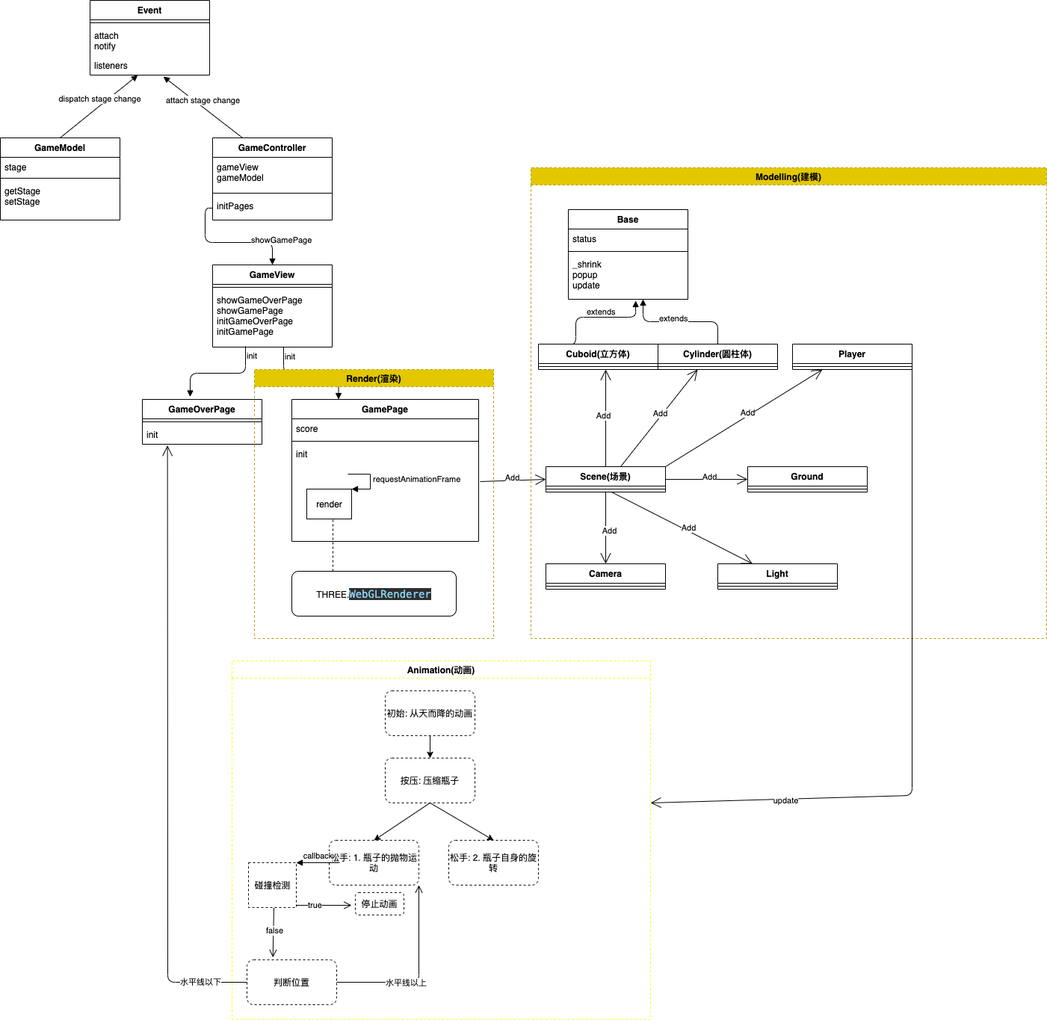
The draw.io diagram techtalk/animation.drawio.png in huntuodadi/minigame, before a commit. Source tidied: cells renumbered, new cells last; positions are measured from the earlier drawing's top-left corner, leaving out a move shared by most shapes.
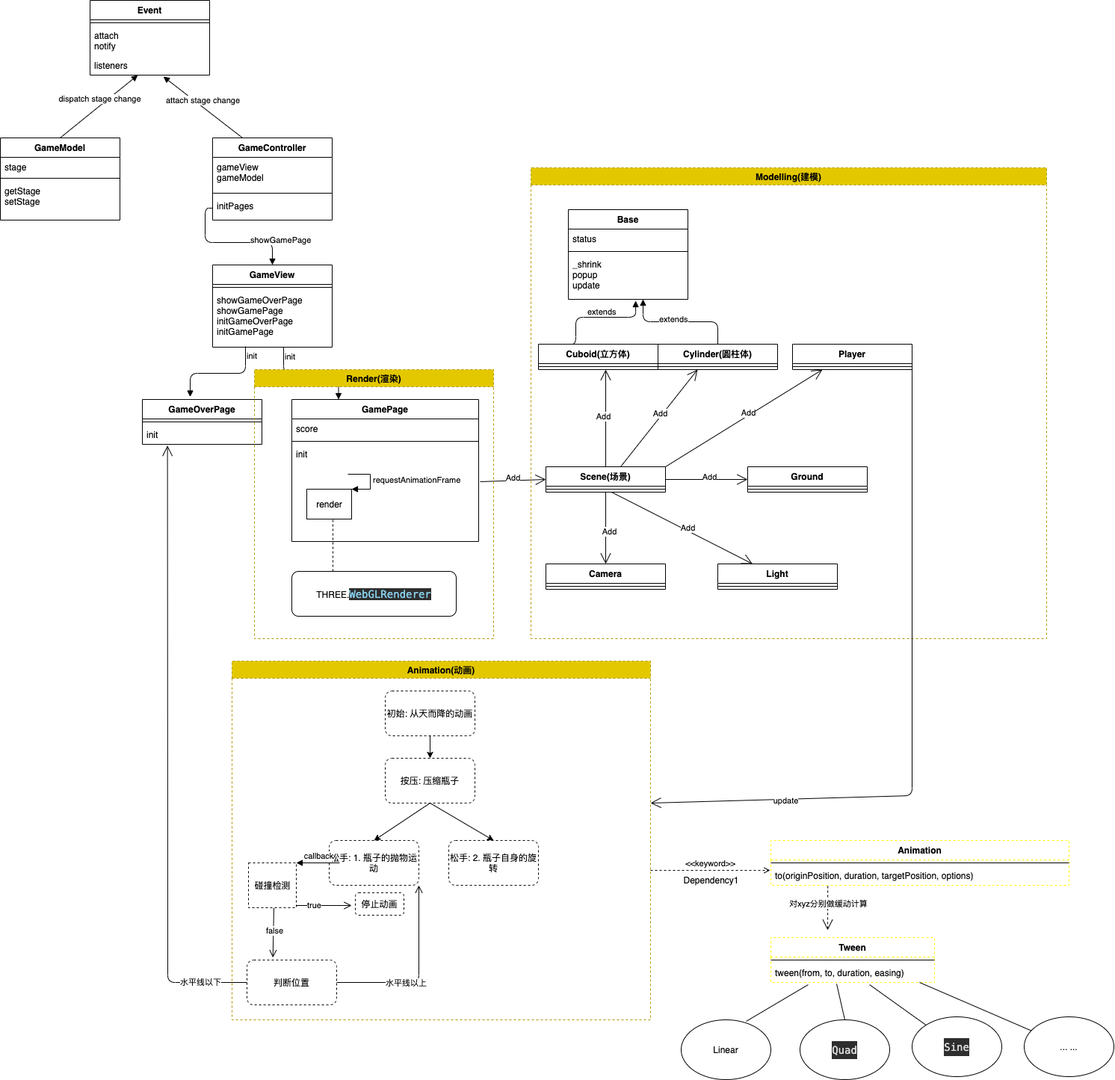
After the change.

The edit, as a diff of the source:
```diff
@@ -226,7 +226,7 @@
     <mxCell id="69" value="Render(渲染)" style="swimlane;dashed=1;strokeColor=#B09500;fillColor=#e3c800;fontColor=#000000;" parent="1" vertex="1">
       <mxGeometry x="340" y="494" width="320" height="360" as="geometry" />
     </mxCell>
-    <mxCell id="70" value="Animation(动画)" style="swimlane;dashed=1;strokeColor=#FFFF00;" parent="1" vertex="1">
+    <mxCell id="70" value="Animation(动画)" style="swimlane;dashed=1;strokeColor=#B09500;fillColor=#e3c800;fontColor=#000000;" parent="1" vertex="1">
       <mxGeometry x="310" y="884" width="560" height="480" as="geometry" />
     </mxCell>
     <mxCell id="71" value="初始: 从天而降的动画" style="rounded=1;whiteSpace=wrap;html=1;dashed=1;" parent="70" vertex="1">
@@ -312,5 +312,66 @@
     <mxCell id="91" value="水平线以下" style="edgeLabel;html=1;align=center;verticalAlign=middle;" parent="90" vertex="1">
       <mxGeometry x="-0.85" y="-1" relative="1" as="geometry" />
     </mxCell>
+    <mxCell id="92" value="&amp;lt;&amp;lt;keyword&amp;gt;&amp;gt;" style="endArrow=open;html=1;rounded=0;align=center;verticalAlign=bottom;dashed=1;endFill=0;labelBackgroundColor=none;" parent="1" edge="1">
+      <mxGeometry relative="1" as="geometry">
+        <mxPoint x="870" y="1164" as="sourcePoint" />
+        <mxPoint x="1030" y="1164" as="targetPoint" />
+      </mxGeometry>
+    </mxCell>
+    <mxCell id="93" value="Dependency1" style="html=1;align=center;verticalAlign=top;labelBackgroundColor=none;" parent="92" vertex="1">
+      <mxGeometry relative="1" as="geometry" />
+    </mxCell>
+    <mxCell id="94" value="Animation" style="swimlane;fontStyle=1;align=center;verticalAlign=top;horizontal=1;startSize=26;dashed=1;strokeColor=#FFFF00;" parent="1" vertex="1">
+      <mxGeometry x="1031" y="1124" width="399" height="60" as="geometry" />
+    </mxCell>
+    <mxCell id="95" style="line;strokeWidth=1;fillColor=none;align=left;verticalAlign=middle;spacingTop=-1;spacingLeft=3;spacingRight=3;labelPosition=right;" parent="94" vertex="1">
+      <mxGeometry y="26" width="399" height="8" as="geometry" />
+    </mxCell>
+    <mxCell id="96" value="to(originPosition, duration, targetPosition, options)" style="text;strokeColor=none;fillColor=none;align=left;verticalAlign=top;spacingLeft=4;spacingRight=4;overflow=hidden;points=[[0,0.5],[1,0.5]];portConstraint=eastwest;" parent="94" vertex="1">
+      <mxGeometry y="34" width="399" height="26" as="geometry" />
+    </mxCell>
+    <mxCell id="97" style="endArrow=open;endSize=12;dashed=1;html=1;exitX=0.191;exitY=1.036;exitDx=0;exitDy=0;exitPerimeter=0;" parent="1" edge="1" source="96">
+      <mxGeometry relative="1" as="geometry">
+        <mxPoint x="1107" y="1244" as="targetPoint" />
+      </mxGeometry>
+    </mxCell>
+    <mxCell id="98" value="对xyz分别做缓动计算" style="edgeLabel;html=1;align=center;verticalAlign=middle;" parent="97" vertex="1">
+      <mxGeometry x="-0.2" relative="1" as="geometry" />
+    </mxCell>
+    <mxCell id="99" value="Tween" style="swimlane;fontStyle=1;align=center;verticalAlign=top;horizontal=1;startSize=26;dashed=1;strokeColor=#FFFF00;" parent="1" vertex="1">
+      <mxGeometry x="1031" y="1254" width="219" height="60" as="geometry" />
+    </mxCell>
+    <mxCell id="100" style="line;strokeWidth=1;fillColor=none;align=left;verticalAlign=middle;spacingTop=-1;spacingLeft=3;spacingRight=3;labelPosition=right;" parent="99" vertex="1">
+      <mxGeometry y="26" width="219" height="8" as="geometry" />
+    </mxCell>
+    <mxCell id="101" value="tween(from, to, duration, easing)" style="text;strokeColor=none;fillColor=none;align=left;verticalAlign=top;spacingLeft=4;spacingRight=4;overflow=hidden;points=[[0,0.5],[1,0.5]];portConstraint=eastwest;" parent="99" vertex="1">
+      <mxGeometry y="34" width="219" height="26" as="geometry" />
+    </mxCell>
+    <mxCell id="102" value="Linear" style="ellipse;whiteSpace=wrap;html=1;" parent="1" vertex="1">
+      <mxGeometry x="911" y="1364" width="120" height="80" as="geometry" />
+    </mxCell>
+    <mxCell id="103" value="&lt;div style=&quot;color: rgb(220 , 220 , 220) ; background-color: rgb(46 , 46 , 46) ; font-family: &amp;#34;menlo&amp;#34; , &amp;#34;menlo&amp;#34; , &amp;#34;monaco&amp;#34; , &amp;#34;courier new&amp;#34; , monospace ; font-size: 14px ; line-height: 24px&quot;&gt;Quad&lt;/div&gt;" style="ellipse;whiteSpace=wrap;html=1;" parent="1" vertex="1">
+      <mxGeometry x="1070" y="1364" width="120" height="80" as="geometry" />
+    </mxCell>
+    <mxCell id="104" value="&lt;div style=&quot;color: rgb(220 , 220 , 220) ; background-color: rgb(46 , 46 , 46) ; font-family: &amp;#34;menlo&amp;#34; , &amp;#34;menlo&amp;#34; , &amp;#34;monaco&amp;#34; , &amp;#34;courier new&amp;#34; , monospace ; font-size: 14px ; line-height: 24px&quot;&gt;&lt;div style=&quot;font-family: &amp;#34;menlo&amp;#34; , &amp;#34;menlo&amp;#34; , &amp;#34;monaco&amp;#34; , &amp;#34;courier new&amp;#34; , monospace ; line-height: 24px&quot;&gt;Sine&lt;/div&gt;&lt;/div&gt;" style="ellipse;whiteSpace=wrap;html=1;" parent="1" vertex="1">
+      <mxGeometry x="1220" y="1360" width="120" height="80" as="geometry" />
+    </mxCell>
+    <mxCell id="105" style="endArrow=none;html=1;exitX=0.725;exitY=0.025;exitDx=0;exitDy=0;exitPerimeter=0;entryX=0.228;entryY=1.115;entryDx=0;entryDy=0;entryPerimeter=0;" parent="1" edge="1" source="102" target="101">
+      <mxGeometry relative="1" as="geometry" />
+    </mxCell>
+    <mxCell id="106" style="endArrow=none;html=1;exitX=0.5;exitY=0;exitDx=0;exitDy=0;entryX=0.402;entryY=1.077;entryDx=0;entryDy=0;entryPerimeter=0;" parent="1" edge="1" source="103" target="101">
+      <mxGeometry relative="1" as="geometry" />
+    </mxCell>
+    <mxCell id="107" style="endArrow=none;html=1;entryX=0.603;entryY=1.115;entryDx=0;entryDy=0;entryPerimeter=0;" parent="1" edge="1" source="104" target="101">
+      <mxGeometry relative="1" as="geometry" />
+    </mxCell>
+    <mxCell id="108" value="... ..." style="ellipse;whiteSpace=wrap;html=1;" parent="1" vertex="1">
+      <mxGeometry x="1370" y="1360" width="120" height="80" as="geometry" />
+    </mxCell>
+    <mxCell id="109" style="endArrow=none;html=1;entryX=0.603;entryY=1.115;entryDx=0;entryDy=0;entryPerimeter=0;" parent="1" edge="1" source="108">
+      <mxGeometry relative="1" as="geometry">
+        <mxPoint x="1230" y="1314" as="targetPoint" />
+      </mxGeometry>
+    </mxCell>
   </root>
 </mxGraphModel>
```
